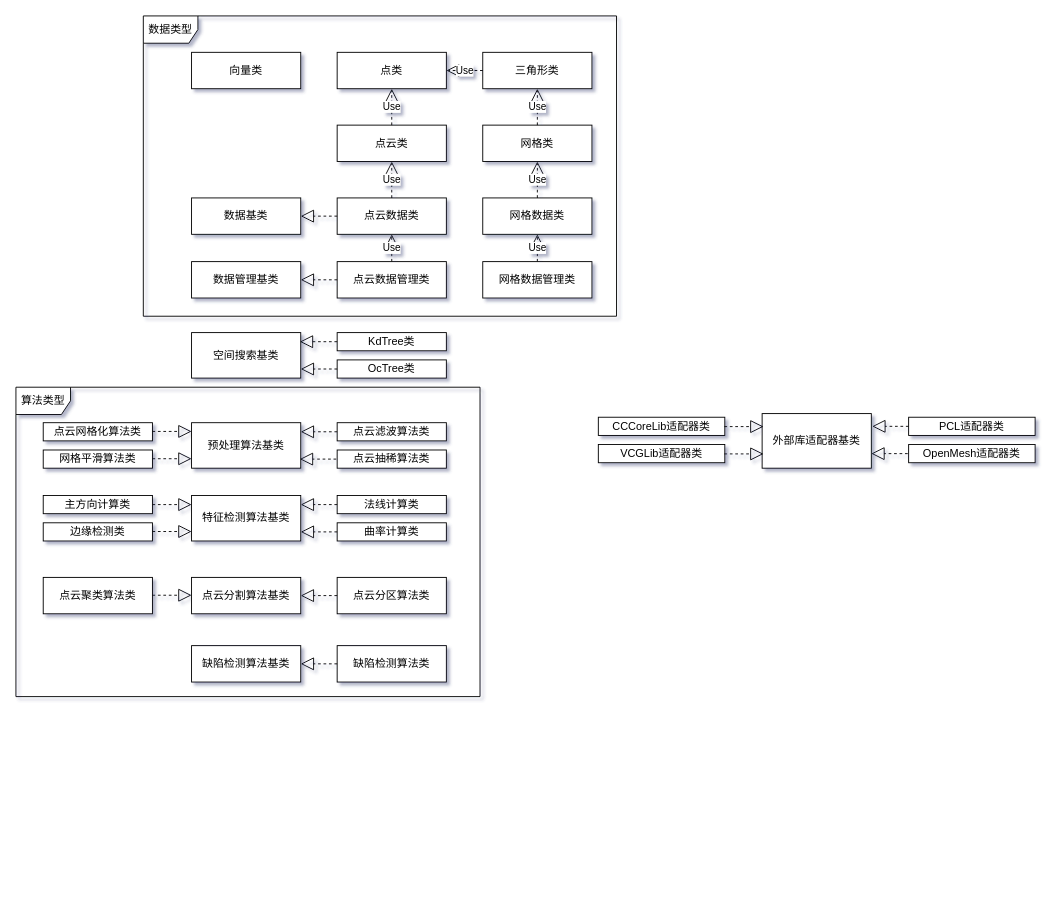
xuxiaofeng6/UML keeps this draw.io diagram as 测试2.drawio. Above is the earlier version. Source tidied: cells renumbered, new cells numbered last; positions are measured from the earlier drawing's top-left corner, leaving out a move shared by most shapes. Both pictures are drawn from the tidied source at 91%, with x=0, y=0 at pixel (15, 15).
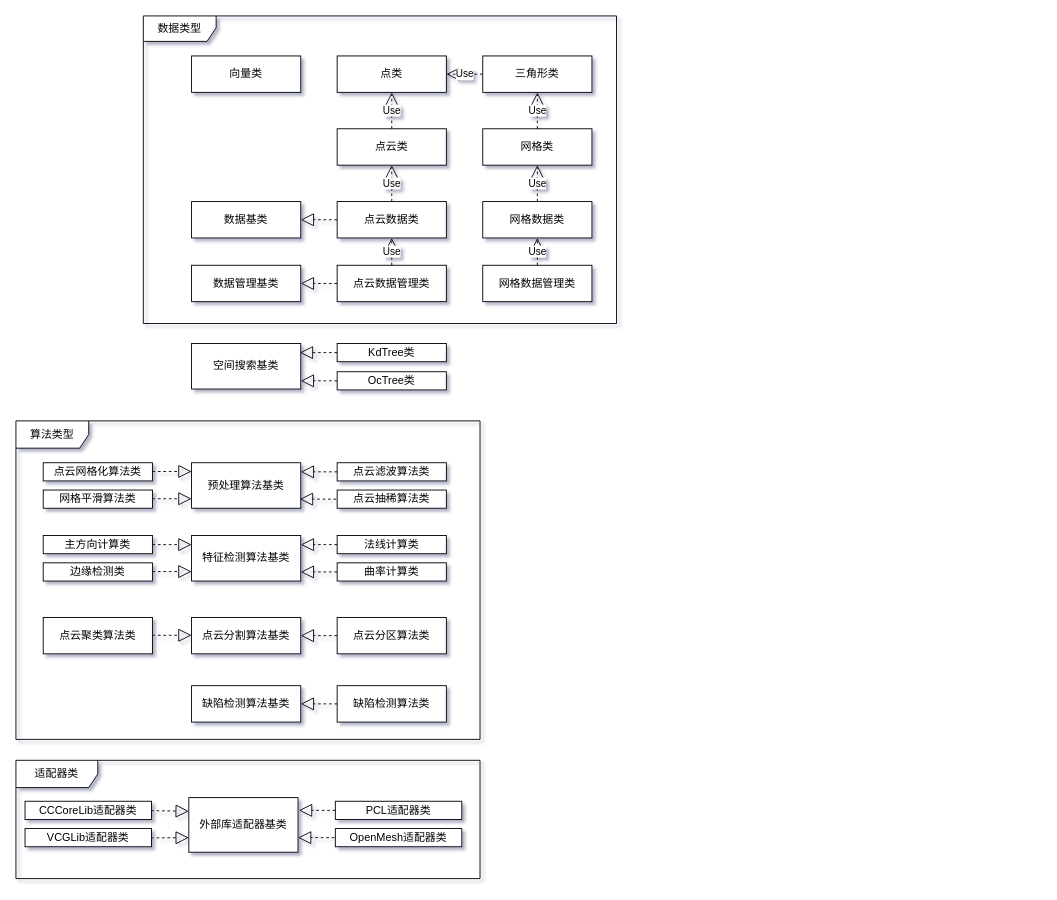
After the change.

Diff of the diagram source:
```diff
@@
     <mxCell id="2" value="点类" style="rounded=0;whiteSpace=wrap;html=1;" parent="1" vertex="1">
-      <mxGeometry x="353" y="40" width="120" height="40" as="geometry" />
+      <mxGeometry x="353" y="44" width="120" height="40" as="geometry" />
     </mxCell>
     <mxCell id="3" value="点云类" style="rounded=0;whiteSpace=wrap;html=1;" parent="1" vertex="1">
-      <mxGeometry x="353" y="120" width="120" height="40" as="geometry" />
+      <mxGeometry x="353" y="124" width="120" height="40" as="geometry" />
     </mxCell>
     <mxCell id="4" value="点云数据管理类" style="rounded=0;whiteSpace=wrap;html=1;" parent="1" vertex="1">
-      <mxGeometry x="353" y="270" width="120" height="40" as="geometry" />
+      <mxGeometry x="353" y="274" width="120" height="40" as="geometry" />
     </mxCell>
     <mxCell id="5" value="网格类" style="rounded=0;whiteSpace=wrap;html=1;" parent="1" vertex="1">
-      <mxGeometry x="513" y="120" width="120" height="40" as="geometry" />
+      <mxGeometry x="513" y="124" width="120" height="40" as="geometry" />
     </mxCell>
     <mxCell id="6" value="三角形类" style="rounded=0;whiteSpace=wrap;html=1;" parent="1" vertex="1">
-      <mxGeometry x="513" y="40" width="120" height="40" as="geometry" />
+      <mxGeometry x="513" y="44" width="120" height="40" as="geometry" />
     </mxCell>
     <mxCell id="7" value="网格数据管理类" style="rounded=0;whiteSpace=wrap;html=1;" parent="1" vertex="1">
-      <mxGeometry x="513" y="270" width="120" height="40" as="geometry" />
+      <mxGeometry x="513" y="274" width="120" height="40" as="geometry" />
     </mxCell>
     <mxCell id="8" value="数据管理基类" style="rounded=0;whiteSpace=wrap;html=1;" parent="1" vertex="1">
-      <mxGeometry x="193" y="270" width="120" height="40" as="geometry" />
+      <mxGeometry x="193" y="274" width="120" height="40" as="geometry" />
     </mxCell>
     <mxCell id="9" value="KdTree类" style="rounded=0;whiteSpace=wrap;html=1;" parent="1" vertex="1">
-      <mxGeometry x="353" y="348" width="120" height="20" as="geometry" />
+      <mxGeometry x="353" y="360" width="120" height="20" as="geometry" />
     </mxCell>
     <mxCell id="10" value="OcTree类" style="rounded=0;whiteSpace=wrap;html=1;" parent="1" vertex="1">
-      <mxGeometry x="353" y="378" width="120" height="20" as="geometry" />
+      <mxGeometry x="353" y="391" width="120" height="20" as="geometry" />
     </mxCell>
     <mxCell id="11" value="空间搜索基类" style="rounded=0;whiteSpace=wrap;html=1;" parent="1" vertex="1">
-      <mxGeometry x="193" y="348" width="120" height="50" as="geometry" />
+      <mxGeometry x="193" y="360" width="120" height="50" as="geometry" />
     </mxCell>
     <mxCell id="12" value="点云数据类" style="rounded=0;whiteSpace=wrap;html=1;" parent="1" vertex="1">
-      <mxGeometry x="353" y="200" width="120" height="40" as="geometry" />
+      <mxGeometry x="353" y="204" width="120" height="40" as="geometry" />
     </mxCell>
     <mxCell id="13" value="网格数据类" style="rounded=0;whiteSpace=wrap;html=1;" parent="1" vertex="1">
-      <mxGeometry x="513" y="200" width="120" height="40" as="geometry" />
+      <mxGeometry x="513" y="204" width="120" height="40" as="geometry" />
     </mxCell>
     <mxCell id="14" value="数据基类" style="rounded=0;whiteSpace=wrap;html=1;" parent="1" vertex="1">
-      <mxGeometry x="193" y="200" width="120" height="40" as="geometry" />
+      <mxGeometry x="193" y="204" width="120" height="40" as="geometry" />
     </mxCell>
     <mxCell id="15" value="预处理算法基类" style="rounded=0;whiteSpace=wrap;html=1;" parent="1" vertex="1">
-      <mxGeometry x="193" y="447" width="120" height="50" as="geometry" />
+      <mxGeometry x="193" y="491" width="120" height="50" as="geometry" />
     </mxCell>
     <mxCell id="16" value="点云滤波算法类" style="rounded=0;whiteSpace=wrap;html=1;" parent="1" vertex="1">
-      <mxGeometry x="353" y="447" width="120" height="20" as="geometry" />
+      <mxGeometry x="353" y="491" width="120" height="20" as="geometry" />
     </mxCell>
     <mxCell id="17" value="点云抽稀算法类" style="rounded=0;whiteSpace=wrap;html=1;" parent="1" vertex="1">
-      <mxGeometry x="353" y="477" width="120" height="20" as="geometry" />
+      <mxGeometry x="353" y="521" width="120" height="20" as="geometry" />
     </mxCell>
     <mxCell id="18" value="点云网格化算法类" style="rounded=0;whiteSpace=wrap;html=1;" parent="1" vertex="1">
-      <mxGeometry x="30" y="447" width="120" height="20" as="geometry" />
+      <mxGeometry x="30" y="491" width="120" height="20" as="geometry" />
     </mxCell>
     <mxCell id="19" value="网格平滑算法类" style="rounded=0;whiteSpace=wrap;html=1;" parent="1" vertex="1">
-      <mxGeometry x="30" y="477" width="120" height="20" as="geometry" />
+      <mxGeometry x="30" y="521" width="120" height="20" as="geometry" />
     </mxCell>
     <mxCell id="20" value="特征检测算法基类" style="rounded=0;whiteSpace=wrap;html=1;" parent="1" vertex="1">
-      <mxGeometry x="193" y="527" width="120" height="50" as="geometry" />
+      <mxGeometry x="193" y="571" width="120" height="50" as="geometry" />
     </mxCell>
     <mxCell id="21" value="向量类" style="rounded=0;whiteSpace=wrap;html=1;" parent="1" vertex="1">
-      <mxGeometry x="193" y="40" width="120" height="40" as="geometry" />
+      <mxGeometry x="193" y="44" width="120" height="40" as="geometry" />
     </mxCell>
     <mxCell id="22" value="法线计算类" style="rounded=0;whiteSpace=wrap;html=1;" parent="1" vertex="1">
-      <mxGeometry x="353" y="527" width="120" height="20" as="geometry" />
+      <mxGeometry x="353" y="571" width="120" height="20" as="geometry" />
     </mxCell>
     <mxCell id="23" value="曲率计算类" style="rounded=0;whiteSpace=wrap;html=1;" parent="1" vertex="1">
-      <mxGeometry x="353" y="557" width="120" height="20" as="geometry" />
+      <mxGeometry x="353" y="601" width="120" height="20" as="geometry" />
     </mxCell>
     <mxCell id="24" value="边缘检测类" style="rounded=0;whiteSpace=wrap;html=1;" parent="1" vertex="1">
-      <mxGeometry x="30" y="557" width="120" height="20" as="geometry" />
+      <mxGeometry x="30" y="601" width="120" height="20" as="geometry" />
     </mxCell>
     <mxCell id="25" value="主方向计算类" style="rounded=0;whiteSpace=wrap;html=1;" parent="1" vertex="1">
-      <mxGeometry x="30" y="527" width="120" height="20" as="geometry" />
+      <mxGeometry x="30" y="571" width="120" height="20" as="geometry" />
     </mxCell>
     <mxCell id="26" value="点云分割算法基类" style="rounded=0;whiteSpace=wrap;html=1;" parent="1" vertex="1">
-      <mxGeometry x="193" y="617" width="120" height="40" as="geometry" />
+      <mxGeometry x="193" y="661" width="120" height="40" as="geometry" />
     </mxCell>
     <mxCell id="27" value="点云分区算法类" style="rounded=0;whiteSpace=wrap;html=1;" parent="1" vertex="1">
-      <mxGeometry x="353" y="617" width="120" height="40" as="geometry" />
+      <mxGeometry x="353" y="661" width="120" height="40" as="geometry" />
     </mxCell>
     <mxCell id="28" value="点云聚类算法类" style="rounded=0;whiteSpace=wrap;html=1;" parent="1" vertex="1">
-      <mxGeometry x="30" y="617" width="120" height="40" as="geometry" />
+      <mxGeometry x="30" y="661" width="120" height="40" as="geometry" />
     </mxCell>
     <mxCell id="29" value="缺陷检测算法基类" style="rounded=0;whiteSpace=wrap;html=1;" parent="1" vertex="1">
-      <mxGeometry x="193" y="692" width="120" height="40" as="geometry" />
+      <mxGeometry x="193" y="736" width="120" height="40" as="geometry" />
     </mxCell>
     <mxCell id="30" value="缺陷检测算法类" style="rounded=0;whiteSpace=wrap;html=1;" parent="1" vertex="1">
-      <mxGeometry x="353" y="692" width="120" height="40" as="geometry" />
+      <mxGeometry x="353" y="736" width="120" height="40" as="geometry" />
     </mxCell>
@@
     <mxCell id="34" value="Use" style="endArrow=open;endSize=12;dashed=1;html=1;rounded=0;exitX=0.5;exitY=0;exitDx=0;exitDy=0;" parent="1" edge="1" source="12">
       <mxGeometry relative="1" as="geometry">
-        <mxPoint x="413" y="160" as="targetPoint" />
+        <mxPoint x="413" y="164" as="targetPoint" />
       </mxGeometry>
     </mxCell>
@@
     <mxCell id="37" value="Use" style="endArrow=open;endSize=12;dashed=1;html=1;rounded=0;exitX=0.5;exitY=0;exitDx=0;exitDy=0;" parent="1" edge="1" source="4">
       <mxGeometry relative="1" as="geometry">
-        <mxPoint x="413" y="240" as="targetPoint" />
+        <mxPoint x="413" y="244" as="targetPoint" />
       </mxGeometry>
     </mxCell>
@@
     <mxCell id="40" style="endArrow=block;dashed=1;endFill=0;endSize=12;html=1;rounded=0;exitX=0;exitY=0.5;exitDx=0;exitDy=0;" parent="1" edge="1" source="9">
       <mxGeometry relative="1" as="geometry">
-        <mxPoint x="312" y="358" as="targetPoint" />
+        <mxPoint x="312" y="370" as="targetPoint" />
       </mxGeometry>
     </mxCell>
     <mxCell id="41" style="endArrow=block;dashed=1;endFill=0;endSize=12;html=1;rounded=0;exitX=0;exitY=0.5;exitDx=0;exitDy=0;" parent="1" edge="1" source="16">
       <mxGeometry relative="1" as="geometry">
-        <mxPoint x="313" y="457" as="targetPoint" />
+        <mxPoint x="313" y="501" as="targetPoint" />
       </mxGeometry>
     </mxCell>
     <mxCell id="42" style="endArrow=block;dashed=1;endFill=0;endSize=12;html=1;rounded=0;exitX=0;exitY=0.5;exitDx=0;exitDy=0;" parent="1" edge="1" source="22">
       <mxGeometry relative="1" as="geometry">
-        <mxPoint x="313" y="537" as="targetPoint" />
+        <mxPoint x="313" y="581" as="targetPoint" />
       </mxGeometry>
     </mxCell>
@@
     <mxCell id="45" style="endArrow=block;dashed=1;endFill=0;endSize=12;html=1;rounded=0;exitX=0;exitY=0.5;exitDx=0;exitDy=0;" parent="1" edge="1" source="10">
       <mxGeometry relative="1" as="geometry">
-        <mxPoint x="313" y="388" as="targetPoint" />
+        <mxPoint x="313" y="401" as="targetPoint" />
       </mxGeometry>
     </mxCell>
     <mxCell id="46" style="endArrow=block;dashed=1;endFill=0;endSize=12;html=1;rounded=0;exitX=0;exitY=0.5;exitDx=0;exitDy=0;" parent="1" edge="1" source="23">
       <mxGeometry relative="1" as="geometry">
-        <mxPoint x="313" y="567" as="targetPoint" />
+        <mxPoint x="313" y="611" as="targetPoint" />
       </mxGeometry>
     </mxCell>
     <mxCell id="47" style="endArrow=block;dashed=1;endFill=0;endSize=12;html=1;rounded=0;" parent="1" edge="1">
       <mxGeometry relative="1" as="geometry">
-        <mxPoint x="352" y="487" as="sourcePoint" />
-        <mxPoint x="312" y="487" as="targetPoint" />
+        <mxPoint x="352" y="531" as="sourcePoint" />
+        <mxPoint x="312" y="531" as="targetPoint" />
       </mxGeometry>
     </mxCell>
     <mxCell id="48" style="endArrow=block;dashed=1;endFill=0;endSize=12;html=1;rounded=0;exitX=1;exitY=0.5;exitDx=0;exitDy=0;" parent="1" edge="1" source="25">
       <mxGeometry relative="1" as="geometry">
-        <mxPoint x="193" y="537" as="targetPoint" />
+        <mxPoint x="193" y="581" as="targetPoint" />
       </mxGeometry>
     </mxCell>
     <mxCell id="49" style="endArrow=block;dashed=1;endFill=0;endSize=12;html=1;rounded=0;exitX=1;exitY=0.5;exitDx=0;exitDy=0;" parent="1" edge="1">
       <mxGeometry relative="1" as="geometry">
-        <mxPoint x="150" y="636.6" as="sourcePoint" />
-        <mxPoint x="193" y="636.6" as="targetPoint" />
+        <mxPoint x="150" y="680.6" as="sourcePoint" />
+        <mxPoint x="193" y="680.6" as="targetPoint" />
       </mxGeometry>
     </mxCell>
     <mxCell id="50" style="endArrow=block;dashed=1;endFill=0;endSize=12;html=1;rounded=0;exitX=1;exitY=0.5;exitDx=0;exitDy=0;" parent="1" edge="1">
       <mxGeometry relative="1" as="geometry">
-        <mxPoint x="150" y="566.6" as="sourcePoint" />
-        <mxPoint x="193" y="566.6" as="targetPoint" />
+        <mxPoint x="150" y="610.6" as="sourcePoint" />
+        <mxPoint x="193" y="610.6" as="targetPoint" />
       </mxGeometry>
     </mxCell>
     <mxCell id="51" style="endArrow=block;dashed=1;endFill=0;endSize=12;html=1;rounded=0;exitX=1;exitY=0.5;exitDx=0;exitDy=0;" parent="1" edge="1">
       <mxGeometry relative="1" as="geometry">
-        <mxPoint x="150" y="486.6" as="sourcePoint" />
-        <mxPoint x="193" y="486.6" as="targetPoint" />
+        <mxPoint x="150" y="530.6" as="sourcePoint" />
+        <mxPoint x="193" y="530.6" as="targetPoint" />
       </mxGeometry>
     </mxCell>
     <mxCell id="52" style="endArrow=block;dashed=1;endFill=0;endSize=12;html=1;rounded=0;exitX=1;exitY=0.5;exitDx=0;exitDy=0;" parent="1" edge="1">
       <mxGeometry relative="1" as="geometry">
-        <mxPoint x="150" y="456.6" as="sourcePoint" />
-        <mxPoint x="193" y="456.6" as="targetPoint" />
+        <mxPoint x="150" y="500.6" as="sourcePoint" />
+        <mxPoint x="193" y="500.6" as="targetPoint" />
       </mxGeometry>
     </mxCell>
-    <mxCell id="53" value="数据类型" style="shape=umlFrame;whiteSpace=wrap;html=1;" parent="1" vertex="1">
-      <mxGeometry x="140" width="520" height="330" as="geometry" />
+    <mxCell id="53" value="数据类型" style="shape=umlFrame;whiteSpace=wrap;html=1;width=80;height=28;" parent="1" vertex="1">
+      <mxGeometry x="140" width="520" height="338" as="geometry" />
     </mxCell>
-    <mxCell id="54" value="算法类型" style="shape=umlFrame;whiteSpace=wrap;html=1;" parent="1" vertex="1">
-      <mxGeometry y="408" width="510" height="340" as="geometry" />
+    <mxCell id="54" value="算法类型" style="shape=umlFrame;whiteSpace=wrap;html=1;width=80;height=30;" parent="1" vertex="1">
+      <mxGeometry y="445" width="510" height="350" as="geometry" />
     </mxCell>
     <mxCell id="55" value="外部库适配器基类" style="rounded=0;whiteSpace=wrap;html=1;" parent="1" vertex="1">
-      <mxGeometry x="820" y="437" width="120" height="60" as="geometry" />
+      <mxGeometry x="190" y="859" width="120" height="60" as="geometry" />
     </mxCell>
     <mxCell id="56" value="PCL适配器类" style="rounded=0;whiteSpace=wrap;html=1;" parent="1" vertex="1">
-      <mxGeometry x="981" y="441" width="139" height="20" as="geometry" />
+      <mxGeometry x="351" y="863" width="139" height="20" as="geometry" />
     </mxCell>
     <mxCell id="57" value="OpenMesh适配器类" style="rounded=0;whiteSpace=wrap;html=1;" parent="1" vertex="1">
-      <mxGeometry x="981" y="471" width="139" height="20" as="geometry" />
+      <mxGeometry x="351" y="893" width="139" height="20" as="geometry" />
     </mxCell>
     <mxCell id="58" style="endArrow=block;dashed=1;endFill=0;endSize=12;html=1;rounded=0;exitX=0;exitY=0.5;exitDx=0;exitDy=0;" parent="1" edge="1" source="56">
       <mxGeometry relative="1" as="geometry">
-        <mxPoint x="941" y="451" as="targetPoint" />
+        <mxPoint x="311" y="873" as="targetPoint" />
       </mxGeometry>
     </mxCell>
     <mxCell id="59" style="endArrow=block;dashed=1;endFill=0;endSize=12;html=1;rounded=0;" parent="1" edge="1">
       <mxGeometry relative="1" as="geometry">
-        <mxPoint x="980" y="481" as="sourcePoint" />
-        <mxPoint x="940" y="481" as="targetPoint" />
+        <mxPoint x="350" y="903" as="sourcePoint" />
+        <mxPoint x="310" y="903" as="targetPoint" />
       </mxGeometry>
     </mxCell>
     <mxCell id="60" value="CCCoreLib适配器类" style="rounded=0;whiteSpace=wrap;html=1;" parent="1" vertex="1">
-      <mxGeometry x="640" y="441" width="139" height="20" as="geometry" />
+      <mxGeometry x="10" y="863" width="139" height="20" as="geometry" />
     </mxCell>
     <mxCell id="61" value="VCGLib适配器类" style="rounded=0;whiteSpace=wrap;html=1;" parent="1" vertex="1">
-      <mxGeometry x="640" y="471" width="139" height="20" as="geometry" />
+      <mxGeometry x="10" y="893" width="139" height="20" as="geometry" />
     </mxCell>
     <mxCell id="62" style="endArrow=block;dashed=1;endFill=0;endSize=12;html=1;rounded=0;exitX=1;exitY=0.5;exitDx=0;exitDy=0;" parent="1" edge="1">
       <mxGeometry relative="1" as="geometry">
-        <mxPoint x="778.5" y="481.3" as="sourcePoint" />
-        <mxPoint x="821.5" y="481.3" as="targetPoint" />
+        <mxPoint x="148.5" y="903.3" as="sourcePoint" />
+        <mxPoint x="190" y="903" as="targetPoint" />
       </mxGeometry>
     </mxCell>
-    <mxCell id="63" style="endArrow=block;dashed=1;endFill=0;endSize=12;html=1;rounded=0;exitX=1;exitY=0.5;exitDx=0;exitDy=0;" parent="1" edge="1">
+    <mxCell id="63" style="endArrow=block;dashed=1;endFill=0;endSize=12;html=1;rounded=0;exitX=1;exitY=0.5;exitDx=0;exitDy=0;entryX=0;entryY=0.25;entryDx=0;entryDy=0;" parent="1" edge="1" target="55">
       <mxGeometry relative="1" as="geometry">
-        <mxPoint x="778.5" y="451.3" as="sourcePoint" />
-        <mxPoint x="821.5" y="451.3" as="targetPoint" />
+        <mxPoint x="148.5" y="873.3" as="sourcePoint" />
       </mxGeometry>
     </mxCell>
+    <mxCell id="64" value="适配器类" style="shape=umlFrame;whiteSpace=wrap;html=1;width=90;height=30;" parent="1" vertex="1">
+      <mxGeometry y="818" width="510" height="130" as="geometry" />
+    </mxCell>
```
